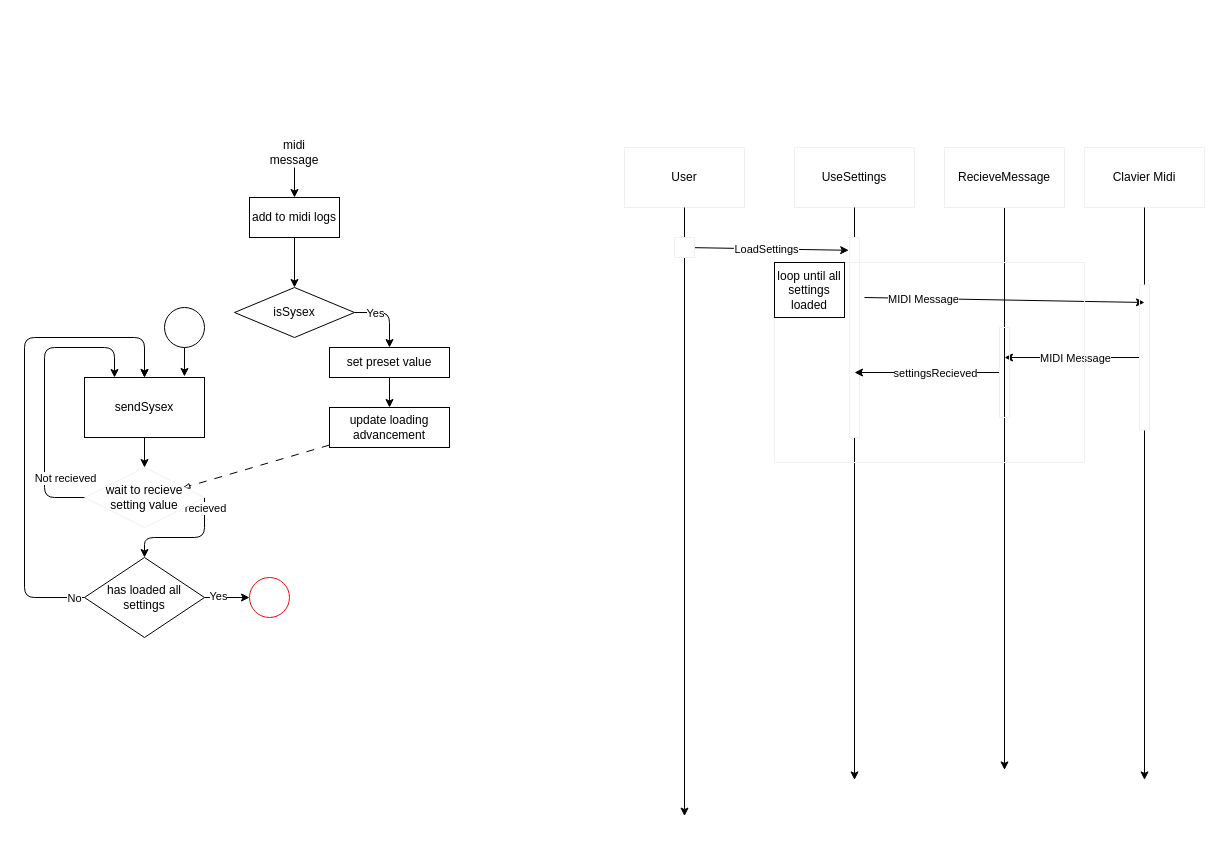
This is drawio/midimessage.drawio from ThomasColin1/rapport_pfe, a draw.io file, before an edit. Source tidied: cells renumbered, new cells numbered last; positions are measured from the earlier drawing's top-left corner, leaving out a move shared by most shapes. Both pictures are drawn from the tidied source at 100%, with x=0, y=0 at pixel (24, 137).
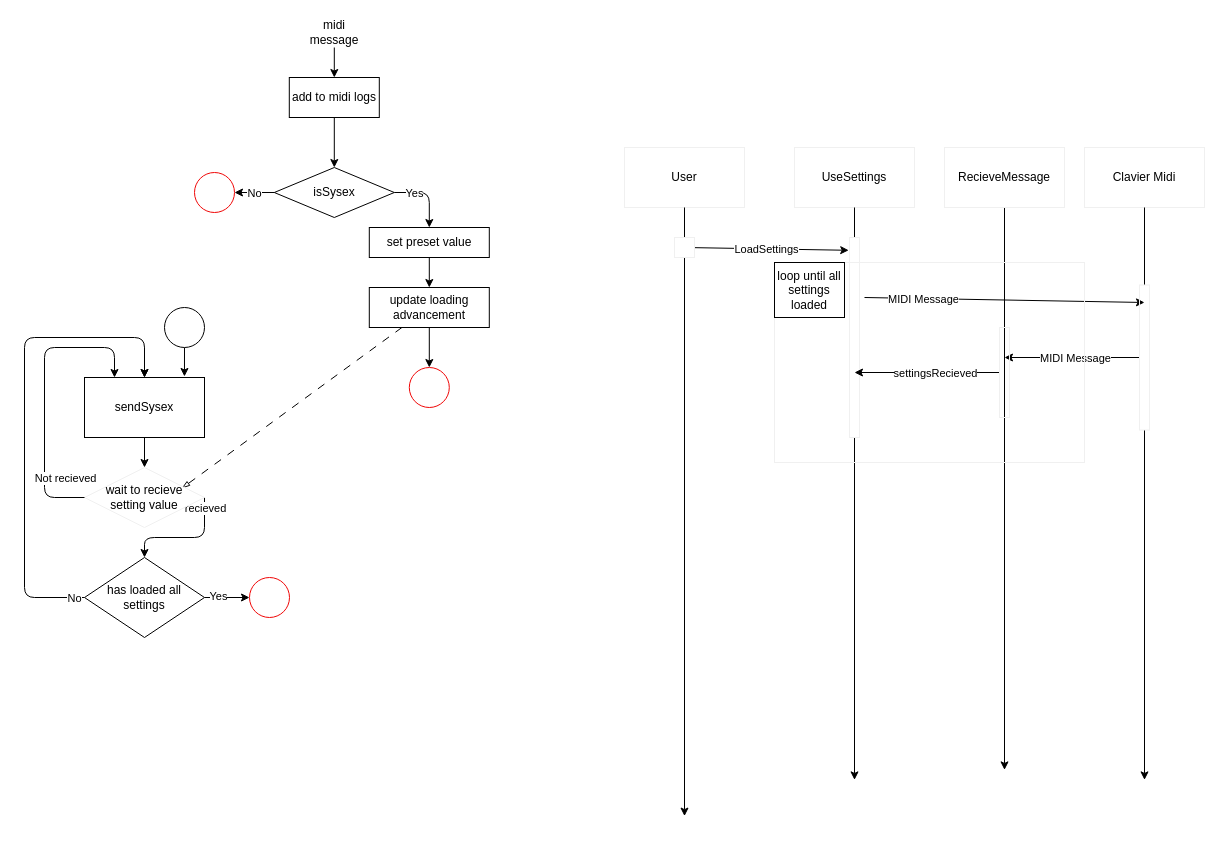
Above is the later version.

Diff of the diagram source:
```diff
@@
     <mxCell id="3" value="add to midi logs" style="whiteSpace=wrap;html=1;" parent="1" vertex="1">
-      <mxGeometry x="225" y="60" width="90" height="40" as="geometry" />
+      <mxGeometry x="264.8" y="-60" width="90" height="40" as="geometry" />
     </mxCell>
     <mxCell id="4" style="edgeStyle=none;html=1;" parent="1" edge="1" source="5">
       <mxGeometry relative="1" as="geometry">
-        <mxPoint x="270" y="60" as="targetPoint" />
+        <mxPoint x="309.8" y="-60" as="targetPoint" />
       </mxGeometry>
     </mxCell>
     <mxCell id="5" value="midi message" style="text;strokeColor=none;align=center;fillColor=none;html=1;verticalAlign=middle;whiteSpace=wrap;rounded=0;" parent="1" vertex="1">
-      <mxGeometry x="235" width="70" height="30" as="geometry" />
+      <mxGeometry x="274.8" y="-120" width="70" height="30" as="geometry" />
     </mxCell>
     <mxCell id="6" style="edgeStyle=none;html=1;entryX=0.5;entryY=0;entryDx=0;entryDy=0;" parent="1" edge="1" source="8" target="10">
       <mxGeometry relative="1" as="geometry">
         <Array as="points">
-          <mxPoint x="365" y="175" />
+          <mxPoint x="404.8" y="55" />
         </Array>
       </mxGeometry>
     </mxCell>
@@
     <mxCell id="8" value="isSysex" style="rhombus;whiteSpace=wrap;html=1;" parent="1" vertex="1">
-      <mxGeometry x="210" y="150" width="120" height="50" as="geometry" />
+      <mxGeometry x="249.8" y="30" width="120" height="50" as="geometry" />
     </mxCell>
@@
     <mxCell id="10" value="set preset value" style="whiteSpace=wrap;html=1;" parent="1" vertex="1">
-      <mxGeometry x="305" y="210" width="120" height="30" as="geometry" />
+      <mxGeometry x="344.8" y="90" width="120" height="30" as="geometry" />
     </mxCell>
@@
     <mxCell id="12" value="update loading advancement" style="whiteSpace=wrap;html=1;" parent="1" vertex="1">
-      <mxGeometry x="305" y="270" width="120" height="40" as="geometry" />
+      <mxGeometry x="344.8" y="150" width="120" height="40" as="geometry" />
     </mxCell>
@@
+    <mxCell id="54" style="edgeStyle=none;html=1;exitX=0.5;exitY=1;exitDx=0;exitDy=0;" parent="1" edge="1" source="12" target="55">
+      <mxGeometry relative="1" as="geometry" />
+    </mxCell>
+    <mxCell id="55" style="ellipse;whiteSpace=wrap;html=1;fillStyle=solid;gradientDirection=north;strokeColor=#F00707;" parent="1" vertex="1">
+      <mxGeometry x="384.8" y="230" width="40" height="40" as="geometry" />
+    </mxCell>
+    <mxCell id="56" style="edgeStyle=none;html=1;exitX=0;exitY=0.5;exitDx=0;exitDy=0;" parent="1" edge="1" source="8" target="58">
+      <mxGeometry relative="1" as="geometry" />
+    </mxCell>
+    <mxCell id="57" value="No" style="edgeLabel;html=1;align=center;verticalAlign=middle;" parent="56" vertex="1">
+      <mxGeometry x="-0.42" y="2" relative="1" as="geometry">
+        <mxPoint x="-8" y="-2" as="offset" />
+      </mxGeometry>
+    </mxCell>
+    <mxCell id="58" style="ellipse;whiteSpace=wrap;html=1;fillStyle=solid;gradientDirection=north;strokeColor=#F00707;" parent="1" vertex="1">
+      <mxGeometry x="170" y="35" width="40" height="40" as="geometry" />
+    </mxCell>
```
